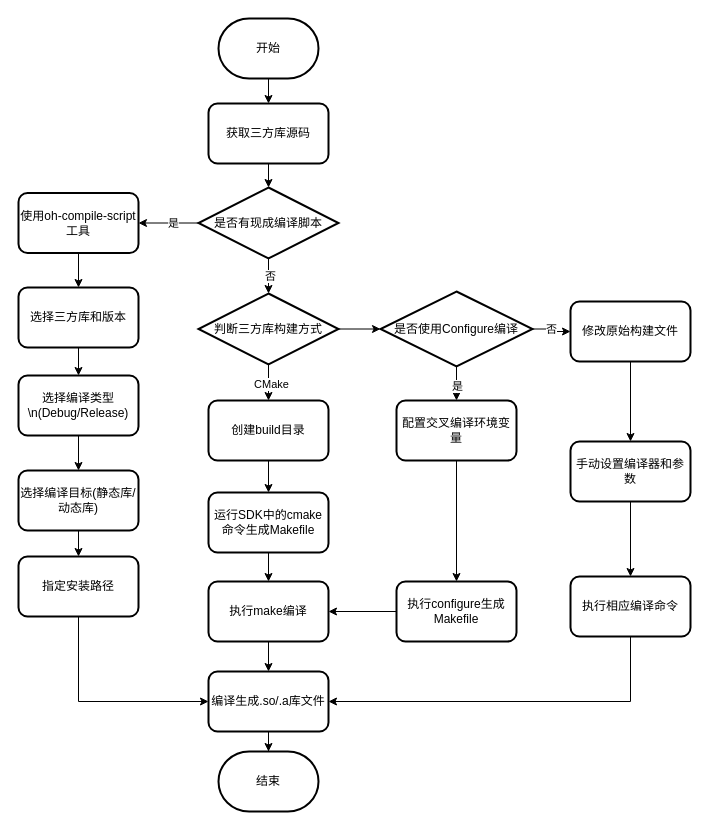
The draw.io diagram page "第 2 页" (2 of 2) of makehap流程.drawio in xiqiniu/xiqiniu.github.io, before the edit. Source tidied: cells renumbered, new cells numbered last; positions are measured from the earlier drawing's top-left corner, leaving out a move shared by most shapes. Both pictures are drawn from the tidied source at 100%, with x=0, y=0 at pixel (18, 18).
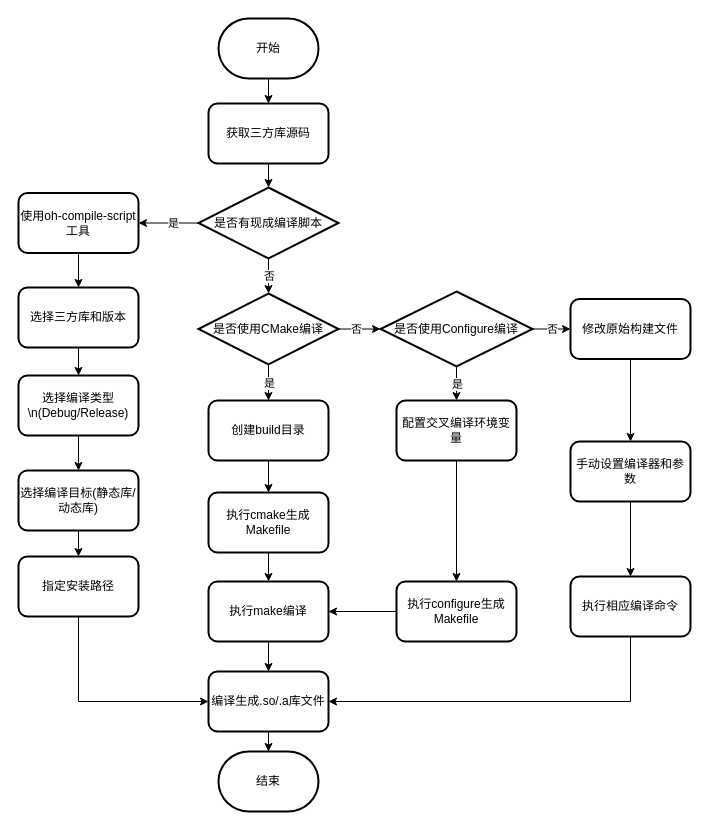
The same page after the edit.

The change refers to these unchanged cells:
```xml
<mxCell id="4" style="edgeStyle=orthogonalEdgeStyle;rounded=0;jettySize=auto;html=1;entryX=0.5;entryY=0;entryDx=0;entryDy=0;entryPerimeter=0;" parent="1" edge="1" source="6" target="12">
  <mxGeometry relative="1" as="geometry" />
</mxCell>
<mxCell id="9" style="edgeStyle=orthogonalEdgeStyle;rounded=0;jettySize=auto;html=1;" parent="1" edge="1" source="12" target="24">
  <mxGeometry relative="1" as="geometry" />
</mxCell>
<mxCell id="11" style="edgeStyle=orthogonalEdgeStyle;rounded=0;jettySize=auto;html=1;" parent="1" edge="1" source="12" target="33">
  <mxGeometry relative="1" as="geometry" />
</mxCell>
<mxCell id="29" style="edgeStyle=orthogonalEdgeStyle;rounded=0;jettySize=auto;html=1;" parent="1" edge="1" source="33" target="35">
  <mxGeometry relative="1" as="geometry" />
</mxCell>
```

The edit, as a diff of the source:
```diff
@@
     <mxCell id="5" value="否" style="edgeLabel;html=1;align=center;verticalAlign=middle;" parent="4" vertex="1">
-      <mxGeometry x="-0.23" y="1" relative="1" as="geometry" />
+      <mxGeometry x="-0.23" y="1" relative="1" as="geometry">
+        <mxPoint x="-1" as="offset" />
+      </mxGeometry>
     </mxCell>
@@
-    <mxCell id="10" value="CMake" style="edgeLabel;html=1;align=center;verticalAlign=middle;" parent="9" vertex="1">
-      <mxGeometry x="-0.14" y="2" relative="1" as="geometry" />
+    <mxCell id="10" value="是" style="edgeLabel;html=1;align=center;verticalAlign=middle;" parent="9" vertex="1">
+      <mxGeometry x="-0.14" y="2" relative="1" as="geometry">
+        <mxPoint x="-2" y="-1" as="offset" />
+      </mxGeometry>
     </mxCell>
@@
+    <mxCell id="49" value="否" style="edgeLabel;html=1;align=center;verticalAlign=middle;" parent="11" vertex="1">
+      <mxGeometry x="-0.2" relative="1" as="geometry" />
+    </mxCell>
-    <mxCell id="12" value="判断三方库构建方式" style="strokeWidth=2;html=1;shape=mxgraph.flowchart.decision;whiteSpace=wrap;" parent="1" vertex="1">
+    <mxCell id="12" value="是否使用CMake编译" style="strokeWidth=2;html=1;shape=mxgraph.flowchart.decision;whiteSpace=wrap;" parent="1" vertex="1">
       <mxGeometry x="180" y="275" width="140" height="71" as="geometry" />
     </mxCell>
@@
-    <mxCell id="26" value="运行SDK中的cmake命令生成Makefile" style="rounded=1;whiteSpace=wrap;html=1;strokeWidth=2;" parent="1" vertex="1">
+    <mxCell id="26" value="执行cmake生成Makefile" style="rounded=1;whiteSpace=wrap;html=1;strokeWidth=2;" parent="1" vertex="1">
       <mxGeometry x="190" y="474" width="120" height="60" as="geometry" />
     </mxCell>
@@
     <mxCell id="30" value="是" style="edgeLabel;html=1;align=center;verticalAlign=middle;" parent="29" vertex="1">
       <mxGeometry x="-0.2" y="2" relative="1" as="geometry">
-        <mxPoint x="-2" y="1" as="offset" />
+        <mxPoint x="-2" y="-1" as="offset" />
       </mxGeometry>
     </mxCell>
@@
     <mxCell id="37" value="修改原始构建文件" style="rounded=1;whiteSpace=wrap;html=1;strokeWidth=2;" parent="1" vertex="1">
-      <mxGeometry x="552" y="283" width="120" height="60" as="geometry" />
+      <mxGeometry x="552" y="280.5" width="120" height="60" as="geometry" />
     </mxCell>
```
